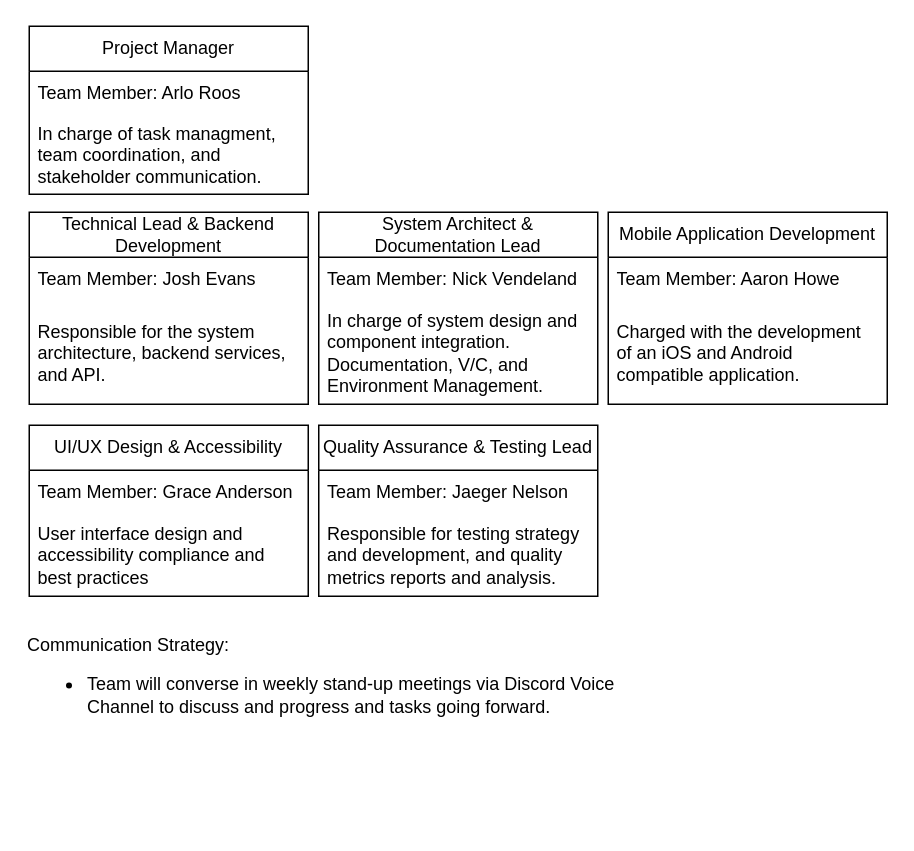
Earlier version of the draw.io diagram CptS_451/484_Org_Structure.drawio (aaronmhowe/diagrams). Source tidied: cells renumbered, new cells numbered last; positions are measured from the earlier drawing's top-left corner, leaving out a move shared by most shapes. Both pictures are drawn from the tidied source at 150%, with x=0, y=0 at pixel (26, 26).
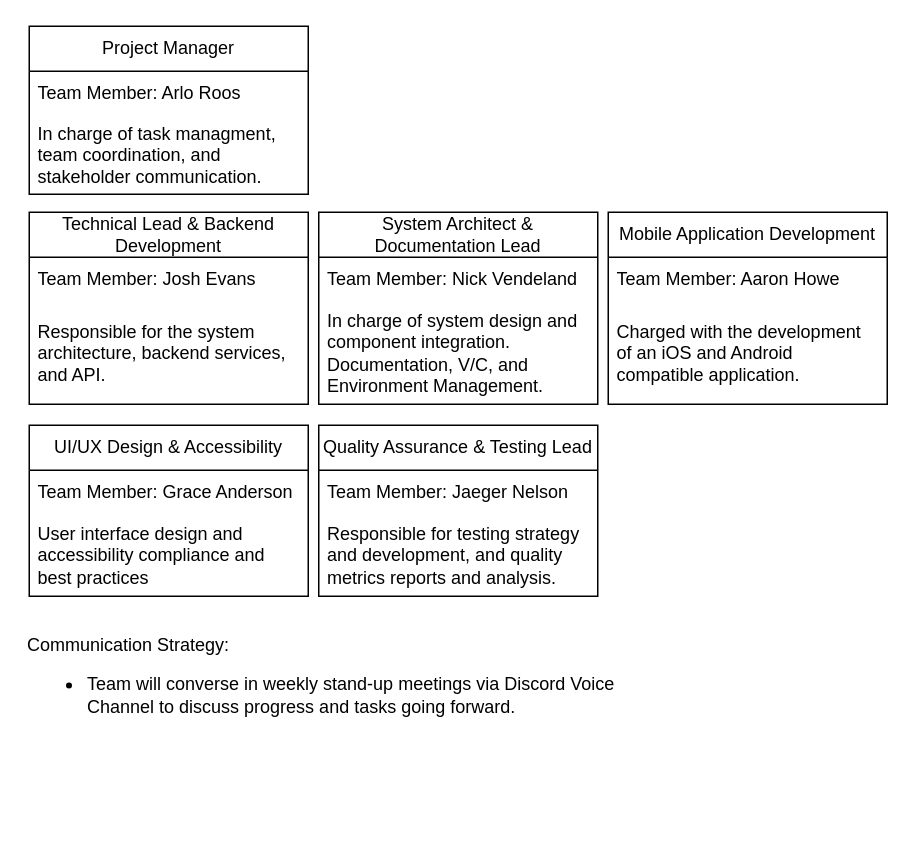
The same diagram, later.

Diff of the diagram source:
```diff
@@
-    <mxCell id="20" value="&lt;div align=&quot;left&quot;&gt;Communication Strategy:&lt;/div&gt;&lt;div align=&quot;left&quot;&gt;&lt;ul&gt;&lt;li&gt;Team will converse in weekly stand-up meetings via Discord Voice Channel to discuss and progress and tasks going forward.&lt;/li&gt;&lt;/ul&gt;&lt;/div&gt;&lt;div align=&quot;left&quot;&gt;&lt;br&gt;&lt;/div&gt;" style="text;html=1;align=center;verticalAlign=middle;whiteSpace=wrap;rounded=0;" parent="1" vertex="1">
+    <mxCell id="20" value="&lt;div align=&quot;left&quot;&gt;Communication Strategy:&lt;/div&gt;&lt;div align=&quot;left&quot;&gt;&lt;ul&gt;&lt;li&gt;Team will converse in weekly stand-up meetings via Discord Voice Channel to discuss progress and tasks going forward.&lt;/li&gt;&lt;/ul&gt;&lt;/div&gt;&lt;div align=&quot;left&quot;&gt;&lt;br&gt;&lt;/div&gt;" style="text;html=1;align=center;verticalAlign=middle;whiteSpace=wrap;rounded=0;" parent="1" vertex="1">
       <mxGeometry y="360" width="414" height="172" as="geometry" />
     </mxCell>
```
